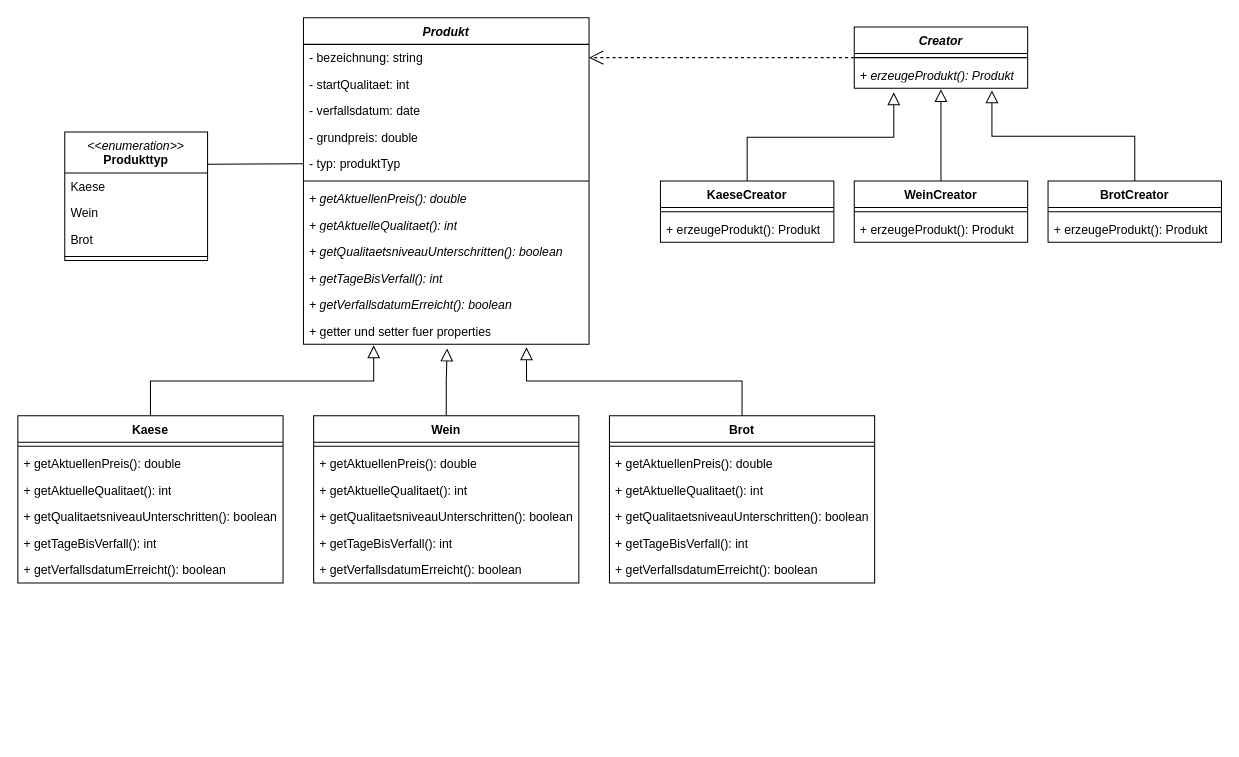
ccogit/SuperDuperMarktApp keeps this draw.io diagram as documents/class_diagram.drawio. Above is the earlier version. Source tidied: cells renumbered, new cells numbered last; positions are measured from the earlier drawing's top-left corner, leaving out a move shared by most shapes. Both pictures are drawn from the tidied source at 102%, with x=0, y=0 at pixel (17, 17).
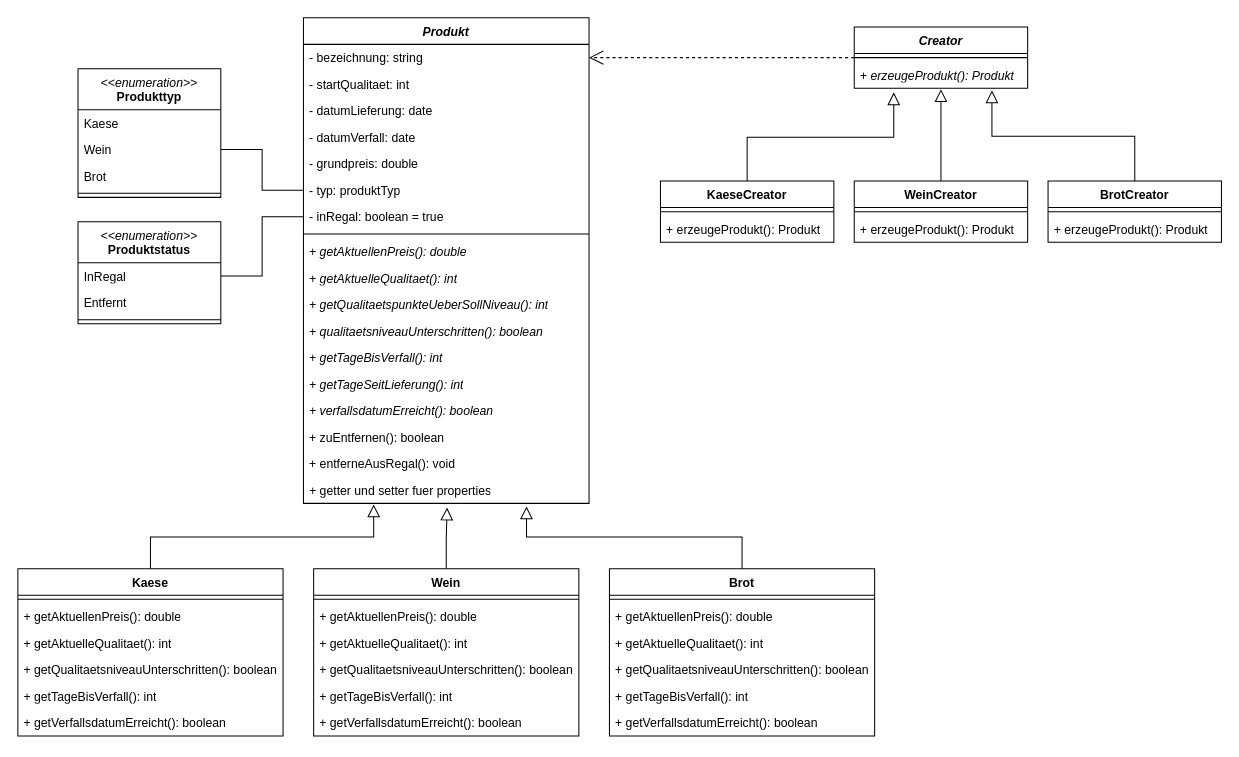
The same page after the edit.

The change refers to these unchanged cells:
```xml
<mxCell id="57" value="Wein" style="text;strokeColor=none;fillColor=none;align=left;verticalAlign=top;spacingLeft=4;spacingRight=4;overflow=hidden;points=[[0,0.5],[1,0.5]];portConstraint=eastwest;whiteSpace=wrap;html=1;" parent="55" vertex="1">
  <mxGeometry y="66" width="140" height="26" as="geometry" />
</mxCell>
```

Diff of the diagram source:
```diff
@@
     <mxCell id="4" value="&lt;i&gt;Produkt&lt;/i&gt;" style="swimlane;fontStyle=1;align=center;verticalAlign=top;horizontal=1;startSize=26;whiteSpace=wrap;html=1;" parent="1" vertex="1">
-      <mxGeometry x="280" width="280" height="320" as="geometry" />
+      <mxGeometry x="280" width="280" height="476" as="geometry" />
     </mxCell>
@@
+    <mxCell id="61" value="- datumLieferung: date" style="text;strokeColor=none;fillColor=none;align=left;verticalAlign=top;spacingLeft=4;spacingRight=4;overflow=hidden;whiteSpace=wrap;html=1;" parent="4" vertex="1">
+      <mxGeometry y="78" width="280" height="26" as="geometry" />
+    </mxCell>
-    <mxCell id="7" value="- verfallsdatum: date" style="text;strokeColor=none;fillColor=none;align=left;verticalAlign=top;spacingLeft=4;spacingRight=4;overflow=hidden;whiteSpace=wrap;html=1;" parent="4" vertex="1">
-      <mxGeometry y="78" width="280" height="26" as="geometry" />
+    <mxCell id="7" value="- datumVerfall: date" style="text;strokeColor=none;fillColor=none;align=left;verticalAlign=top;spacingLeft=4;spacingRight=4;overflow=hidden;whiteSpace=wrap;html=1;" parent="4" vertex="1">
+      <mxGeometry y="104" width="280" height="26" as="geometry" />
     </mxCell>
     <mxCell id="8" value="- grundpreis: double" style="text;strokeColor=none;fillColor=none;align=left;verticalAlign=top;spacingLeft=4;spacingRight=4;overflow=hidden;whiteSpace=wrap;html=1;" parent="4" vertex="1">
-      <mxGeometry y="104" width="280" height="26" as="geometry" />
+      <mxGeometry y="130" width="280" height="26" as="geometry" />
     </mxCell>
     <mxCell id="9" value="- typ: produktTyp" style="text;strokeColor=none;fillColor=none;align=left;verticalAlign=top;spacingLeft=4;spacingRight=4;overflow=hidden;points=[[0,0.5],[1,0.5]];portConstraint=eastwest;whiteSpace=wrap;html=1;" parent="4" vertex="1">
-      <mxGeometry y="130" width="280" height="26" as="geometry" />
+      <mxGeometry y="156" width="280" height="26" as="geometry" />
     </mxCell>
+    <mxCell id="62" value="- inRegal: boolean = true" style="text;strokeColor=none;fillColor=none;align=left;verticalAlign=top;spacingLeft=4;spacingRight=4;overflow=hidden;points=[[0,0.5],[1,0.5]];portConstraint=eastwest;whiteSpace=wrap;html=1;" parent="4" vertex="1">
+      <mxGeometry y="182" width="280" height="26" as="geometry" />
+    </mxCell>
     <mxCell id="10" style="line;strokeWidth=1;fillColor=none;align=left;verticalAlign=middle;spacingTop=-1;spacingLeft=3;spacingRight=3;labelPosition=right;strokeColor=inherit;" parent="4" vertex="1">
-      <mxGeometry y="156" width="280" height="8" as="geometry" />
+      <mxGeometry y="208" width="280" height="8" as="geometry" />
     </mxCell>
     <mxCell id="11" value="+ getAktuellenPreis(): double" style="text;strokeColor=none;fillColor=none;align=left;verticalAlign=top;spacingLeft=4;spacingRight=4;overflow=hidden;whiteSpace=wrap;html=1;fontStyle=2;" parent="4" vertex="1">
-      <mxGeometry y="164" width="280" height="26" as="geometry" />
+      <mxGeometry y="216" width="280" height="26" as="geometry" />
     </mxCell>
     <mxCell id="12" value="+ getAktuelleQualitaet(): int" style="text;strokeColor=none;fillColor=none;align=left;verticalAlign=top;spacingLeft=4;spacingRight=4;overflow=hidden;whiteSpace=wrap;html=1;fontStyle=2;" parent="4" vertex="1">
-      <mxGeometry y="190" width="280" height="26" as="geometry" />
+      <mxGeometry y="242" width="280" height="26" as="geometry" />
     </mxCell>
+    <mxCell id="63" value="+ getQualitaetspunkteUeberSollNiveau(): int" style="text;strokeColor=none;fillColor=none;align=left;verticalAlign=top;spacingLeft=4;spacingRight=4;overflow=hidden;whiteSpace=wrap;html=1;fontStyle=2;" parent="4" vertex="1">
+      <mxGeometry y="268" width="280" height="26" as="geometry" />
+    </mxCell>
-    <mxCell id="13" value="+ getQualitaetsniveauUnterschritten(): boolean" style="text;strokeColor=none;fillColor=none;align=left;verticalAlign=top;spacingLeft=4;spacingRight=4;overflow=hidden;whiteSpace=wrap;html=1;fontStyle=2;" parent="4" vertex="1">
-      <mxGeometry y="216" width="280" height="26" as="geometry" />
+    <mxCell id="13" value="+ qualitaetsniveauUnterschritten(): boolean" style="text;strokeColor=none;fillColor=none;align=left;verticalAlign=top;spacingLeft=4;spacingRight=4;overflow=hidden;whiteSpace=wrap;html=1;fontStyle=2;" parent="4" vertex="1">
+      <mxGeometry y="294" width="280" height="26" as="geometry" />
     </mxCell>
     <mxCell id="14" value="+ getTageBisVerfall(): int" style="text;strokeColor=none;fillColor=none;align=left;verticalAlign=top;spacingLeft=4;spacingRight=4;overflow=hidden;whiteSpace=wrap;html=1;fontStyle=2;" parent="4" vertex="1">
-      <mxGeometry y="242" width="280" height="26" as="geometry" />
+      <mxGeometry y="320" width="280" height="26" as="geometry" />
     </mxCell>
+    <mxCell id="64" value="+ getTageSeitLieferung(): int" style="text;strokeColor=none;fillColor=none;align=left;verticalAlign=top;spacingLeft=4;spacingRight=4;overflow=hidden;whiteSpace=wrap;html=1;fontStyle=2;" parent="4" vertex="1">
+      <mxGeometry y="346" width="280" height="26" as="geometry" />
+    </mxCell>
-    <mxCell id="15" value="+ getVerfallsdatumErreicht(): boolean" style="text;strokeColor=none;fillColor=none;align=left;verticalAlign=top;spacingLeft=4;spacingRight=4;overflow=hidden;whiteSpace=wrap;html=1;fontStyle=2;" parent="4" vertex="1">
-      <mxGeometry y="268" width="280" height="26" as="geometry" />
+    <mxCell id="15" value="+ verfallsdatumErreicht(): boolean" style="text;strokeColor=none;fillColor=none;align=left;verticalAlign=top;spacingLeft=4;spacingRight=4;overflow=hidden;whiteSpace=wrap;html=1;fontStyle=2;" parent="4" vertex="1">
+      <mxGeometry y="372" width="280" height="26" as="geometry" />
     </mxCell>
+    <mxCell id="65" value="+ zuEntfernen(): boolean" style="text;strokeColor=none;fillColor=none;align=left;verticalAlign=top;spacingLeft=4;spacingRight=4;overflow=hidden;whiteSpace=wrap;html=1;fontStyle=0;" parent="4" vertex="1">
+      <mxGeometry y="398" width="280" height="26" as="geometry" />
+    </mxCell>
+    <mxCell id="66" value="+ entferneAusRegal(): void" style="text;strokeColor=none;fillColor=none;align=left;verticalAlign=top;spacingLeft=4;spacingRight=4;overflow=hidden;whiteSpace=wrap;html=1;fontStyle=0;" parent="4" vertex="1">
+      <mxGeometry y="424" width="280" height="26" as="geometry" />
+    </mxCell>
     <mxCell id="16" value="+ &lt;span style=&quot;font-style: normal;&quot;&gt;getter und setter fuer properties&lt;/span&gt;" style="text;strokeColor=none;fillColor=none;align=left;verticalAlign=top;spacingLeft=4;spacingRight=4;overflow=hidden;points=[[0,0.5],[1,0.5]];portConstraint=eastwest;whiteSpace=wrap;html=1;fontStyle=2;" parent="4" vertex="1">
-      <mxGeometry y="294" width="280" height="26" as="geometry" />
+      <mxGeometry y="450" width="280" height="26" as="geometry" />
     </mxCell>
     <mxCell id="17" value="Kaese" style="swimlane;fontStyle=1;align=center;verticalAlign=top;horizontal=1;startSize=26;whiteSpace=wrap;html=1;" parent="1" vertex="1">
-      <mxGeometry y="390" width="260" height="164" as="geometry" />
+      <mxGeometry y="540" width="260" height="164" as="geometry" />
     </mxCell>
@@
     <mxCell id="24" value="Wein" style="swimlane;fontStyle=1;align=center;verticalAlign=top;horizontal=1;startSize=26;whiteSpace=wrap;html=1;" parent="1" vertex="1">
-      <mxGeometry x="290" y="390" width="260" height="164" as="geometry" />
+      <mxGeometry x="290" y="540" width="260" height="164" as="geometry" />
     </mxCell>
@@
     <mxCell id="47" value="Brot" style="swimlane;fontStyle=1;align=center;verticalAlign=top;horizontal=1;startSize=26;whiteSpace=wrap;html=1;" parent="1" vertex="1">
-      <mxGeometry x="580" y="390" width="260" height="164" as="geometry" />
+      <mxGeometry x="580" y="540" width="260" height="164" as="geometry" />
     </mxCell>
@@
     <mxCell id="55" value="&lt;i style=&quot;border-color: var(--border-color); font-weight: normal;&quot;&gt;&amp;lt;&amp;lt;enumeration&amp;gt;&amp;gt;&lt;br style=&quot;border-color: var(--border-color);&quot;&gt;&lt;/i&gt;Produkttyp" style="swimlane;fontStyle=1;align=center;verticalAlign=top;horizontal=1;startSize=40;whiteSpace=wrap;html=1;" parent="1" vertex="1">
-      <mxGeometry x="46" y="112" width="140" height="126" as="geometry" />
+      <mxGeometry x="59" y="50" width="140" height="126" as="geometry" />
     </mxCell>
@@
-    <mxCell id="60" style="endArrow=none;html=1;rounded=0;entryX=0;entryY=0.5;entryDx=0;entryDy=0;exitX=1;exitY=0.25;exitDx=0;exitDy=0;" parent="1" edge="1" source="55" target="9">
+    <mxCell id="60" style="endArrow=none;html=1;rounded=0;entryX=0;entryY=0.5;entryDx=0;entryDy=0;exitX=1;exitY=0.5;exitDx=0;exitDy=0;edgeStyle=orthogonalEdgeStyle;" parent="1" edge="1" source="57" target="9">
       <mxGeometry relative="1" as="geometry" />
     </mxCell>
+    <mxCell id="67" value="&lt;i style=&quot;border-color: var(--border-color); font-weight: normal;&quot;&gt;&amp;lt;&amp;lt;enumeration&amp;gt;&amp;gt;&lt;br style=&quot;border-color: var(--border-color);&quot;&gt;&lt;/i&gt;Produktstatus" style="swimlane;fontStyle=1;align=center;verticalAlign=top;horizontal=1;startSize=40;whiteSpace=wrap;html=1;" parent="1" vertex="1">
+      <mxGeometry x="59" y="200" width="140" height="100" as="geometry" />
+    </mxCell>
+    <mxCell id="68" value="InRegal" style="text;strokeColor=none;fillColor=none;align=left;verticalAlign=top;spacingLeft=4;spacingRight=4;overflow=hidden;points=[[0,0.5],[1,0.5]];portConstraint=eastwest;whiteSpace=wrap;html=1;" parent="67" vertex="1">
+      <mxGeometry y="40" width="140" height="26" as="geometry" />
+    </mxCell>
+    <mxCell id="69" value="Entfernt" style="text;strokeColor=none;fillColor=none;align=left;verticalAlign=top;spacingLeft=4;spacingRight=4;overflow=hidden;whiteSpace=wrap;html=1;" parent="67" vertex="1">
+      <mxGeometry y="66" width="140" height="26" as="geometry" />
+    </mxCell>
+    <mxCell id="70" style="line;strokeWidth=1;fillColor=none;align=left;verticalAlign=middle;spacingTop=-1;spacingLeft=3;spacingRight=3;labelPosition=right;strokeColor=inherit;" parent="67" vertex="1">
+      <mxGeometry y="92" width="140" height="8" as="geometry" />
+    </mxCell>
+    <mxCell id="71" style="endArrow=none;html=1;rounded=0;entryX=0;entryY=0.5;entryDx=0;entryDy=0;exitX=1;exitY=0.5;exitDx=0;exitDy=0;edgeStyle=orthogonalEdgeStyle;" parent="1" edge="1" source="68" target="62">
+      <mxGeometry relative="1" as="geometry" />
+    </mxCell>
```
